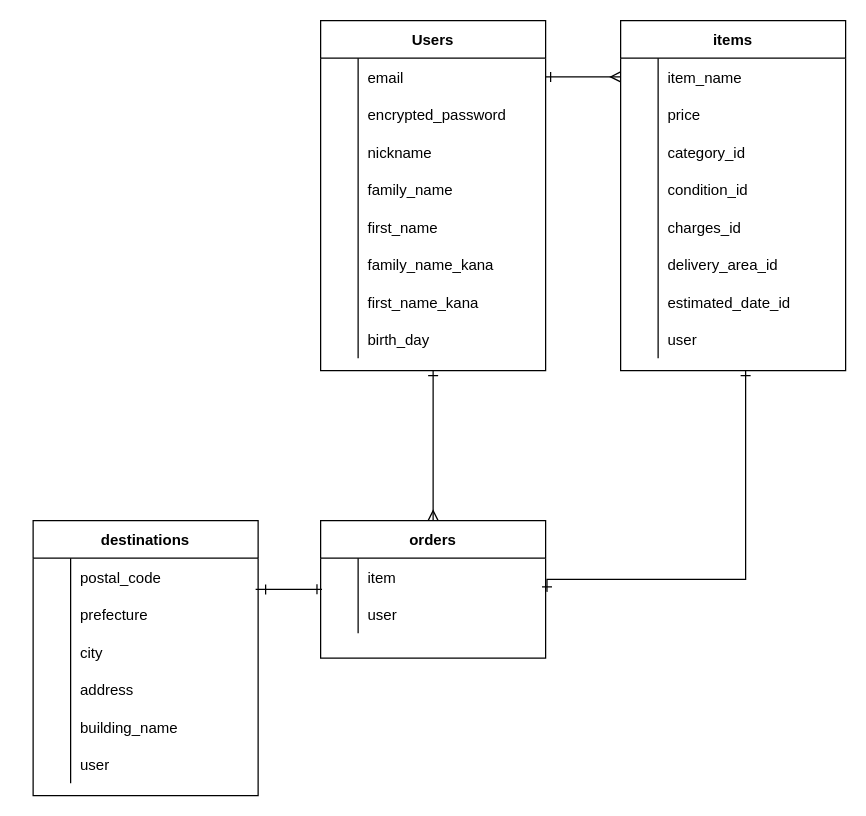
Hiromu-Sakamoto/furima-34500 keeps this draw.io diagram as ER.dio. Above is the earlier version. Source tidied: cells renumbered, new cells numbered last; positions are measured from the earlier drawing's top-left corner, leaving out a move shared by most shapes. Both pictures are drawn from the tidied source at 125%, with x=0, y=0 at pixel (32, 20).
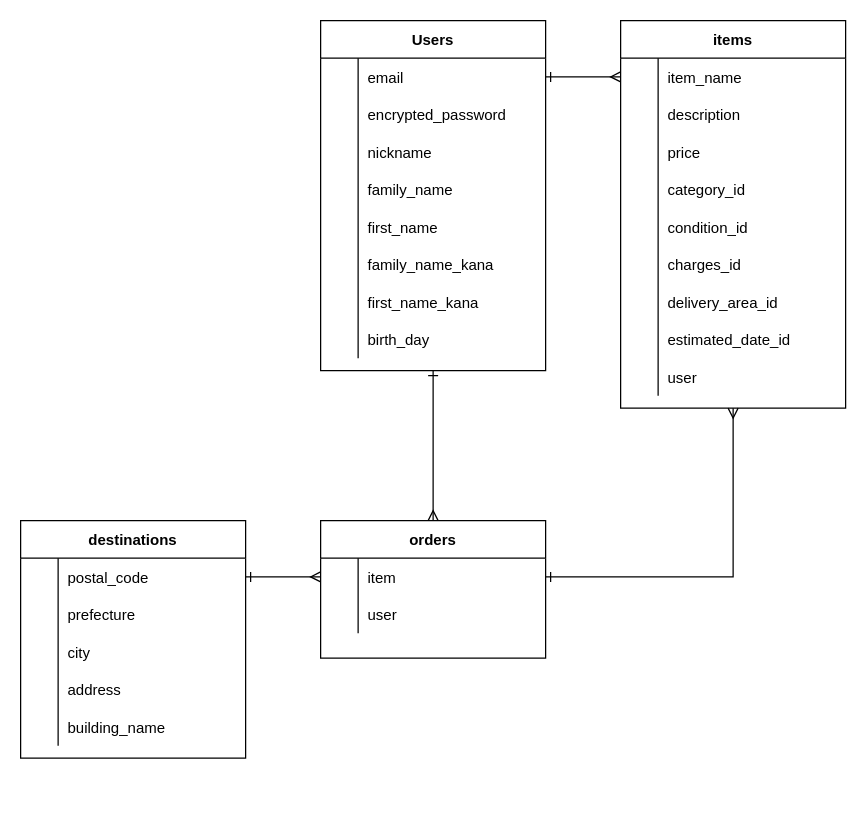
Above is the later version.

Commit message (it also covers changes not shown here):
データベース設計_修正3回目

The change refers to these unchanged cells:
```xml
<mxCell id="54" style="shape=partialRectangle;fillColor=none;top=0;left=0;bottom=0;right=0;points=[[0,0.5],[1,0.5]];portConstraint=eastwest;" parent="53" vertex="1">
  <mxGeometry y="30" width="180" height="30" as="geometry" />
</mxCell>
<mxCell id="61" style="shape=partialRectangle;fillColor=none;top=0;left=0;bottom=0;right=0;points=[[0,0.5],[1,0.5]];portConstraint=eastwest;" parent="60" vertex="1">
  <mxGeometry y="30" width="180" height="30" as="geometry" />
</mxCell>
```

What changed in the source:
```diff
@@
     <mxCell id="28" value="items" style="shape=table;startSize=30;childLayout=tableLayout;rowLines=0;fontStyle=1;align=center;" parent="1" vertex="1">
-      <mxGeometry x="470" width="180" height="280" as="geometry" />
+      <mxGeometry x="470" width="180" height="310" as="geometry" />
     </mxCell>
@@
+    <mxCell id="82" style="shape=partialRectangle;fillColor=none;top=0;left=0;bottom=0;right=0;" parent="28" vertex="1">
+      <mxGeometry y="60" width="180" height="30" as="geometry" />
+    </mxCell>
+    <mxCell id="77" style="shape=partialRectangle;fillColor=none;top=0;left=0;bottom=0;right=0;overflow=hidden;" parent="82" vertex="1">
+      <mxGeometry width="30" height="30" as="geometry" />
+    </mxCell>
+    <mxCell id="83" value="description" style="shape=partialRectangle;fillColor=none;top=0;left=0;bottom=0;right=0;align=left;spacingLeft=6;overflow=hidden;" parent="82" vertex="1">
+      <mxGeometry x="30" width="150" height="30" as="geometry" />
+    </mxCell>
     <mxCell id="32" style="shape=partialRectangle;fillColor=none;top=0;left=0;bottom=0;right=0;" parent="28" vertex="1">
-      <mxGeometry y="60" width="180" height="30" as="geometry" />
+      <mxGeometry y="90" width="180" height="30" as="geometry" />
     </mxCell>
@@
     <mxCell id="35" style="shape=partialRectangle;fillColor=none;top=0;left=0;bottom=0;right=0;" parent="28" vertex="1">
-      <mxGeometry y="90" width="180" height="30" as="geometry" />
+      <mxGeometry y="120" width="180" height="30" as="geometry" />
     </mxCell>
@@
     <mxCell id="38" style="shape=partialRectangle;fillColor=none;top=0;left=0;bottom=0;right=0;" parent="28" vertex="1">
-      <mxGeometry y="120" width="180" height="30" as="geometry" />
+      <mxGeometry y="150" width="180" height="30" as="geometry" />
     </mxCell>
@@
     <mxCell id="41" style="shape=partialRectangle;fillColor=none;top=0;left=0;bottom=0;right=0;" parent="28" vertex="1">
-      <mxGeometry y="150" width="180" height="30" as="geometry" />
+      <mxGeometry y="180" width="180" height="30" as="geometry" />
     </mxCell>
@@
     <mxCell id="44" style="shape=partialRectangle;fillColor=none;top=0;left=0;bottom=0;right=0;" parent="28" vertex="1">
-      <mxGeometry y="180" width="180" height="30" as="geometry" />
+      <mxGeometry y="210" width="180" height="30" as="geometry" />
     </mxCell>
@@
     <mxCell id="47" style="shape=partialRectangle;fillColor=none;top=0;left=0;bottom=0;right=0;" parent="28" vertex="1">
-      <mxGeometry y="210" width="180" height="30" as="geometry" />
+      <mxGeometry y="240" width="180" height="30" as="geometry" />
     </mxCell>
@@
     <mxCell id="50" style="shape=partialRectangle;fillColor=none;top=0;left=0;bottom=0;right=0;" parent="28" vertex="1">
-      <mxGeometry y="240" width="180" height="30" as="geometry" />
+      <mxGeometry y="270" width="180" height="30" as="geometry" />
     </mxCell>
@@
     <mxCell id="60" value="destinations" style="shape=table;startSize=30;childLayout=tableLayout;rowLines=0;fontStyle=1;align=center;" parent="1" vertex="1">
-      <mxGeometry y="400" width="180" height="220" as="geometry" />
+      <mxGeometry x="-10" y="400" width="180" height="190" as="geometry" />
     </mxCell>
@@
-    <mxCell id="76" style="shape=partialRectangle;fillColor=none;top=0;left=0;bottom=0;right=0;" parent="60" vertex="1">
-      <mxGeometry y="180" width="180" height="30" as="geometry" />
-    </mxCell>
-    <mxCell id="77" style="shape=partialRectangle;fillColor=none;top=0;left=0;bottom=0;right=0;overflow=hidden;" parent="76" vertex="1">
-      <mxGeometry width="30" height="30" as="geometry" />
-    </mxCell>
-    <mxCell id="78" value="user" style="shape=partialRectangle;fillColor=none;top=0;left=0;bottom=0;right=0;align=left;spacingLeft=6;overflow=hidden;" parent="76" vertex="1">
-      <mxGeometry x="30" width="150" height="30" as="geometry" />
-    </mxCell>
-    <mxCell id="79" style="edgeStyle=orthogonalEdgeStyle;rounded=0;jettySize=auto;html=1;exitX=1.006;exitY=0.9;exitDx=0;exitDy=0;startArrow=ERone;startFill=0;endArrow=ERone;endFill=0;exitPerimeter=0;" parent="1" edge="1" source="54">
-      <mxGeometry relative="1" as="geometry">
-        <mxPoint x="570" y="280" as="targetPoint" />
-        <Array as="points">
-          <mxPoint x="570" y="447" />
-        </Array>
-      </mxGeometry>
-    </mxCell>
@@
-    <mxCell id="81" style="edgeStyle=orthogonalEdgeStyle;rounded=0;jettySize=auto;html=1;entryX=0.006;entryY=0.833;entryDx=0;entryDy=0;entryPerimeter=0;startArrow=ERone;startFill=0;endArrow=ERone;endFill=0;" parent="1" edge="1" target="54">
-      <mxGeometry relative="1" as="geometry">
-        <mxPoint x="190" y="455" as="sourcePoint" />
-        <Array as="points">
-          <mxPoint x="178" y="455" />
-        </Array>
-      </mxGeometry>
-    </mxCell>
+    <mxCell id="84" style="edgeStyle=orthogonalEdgeStyle;rounded=0;jettySize=auto;html=1;entryX=0;entryY=0.5;entryDx=0;entryDy=0;startArrow=ERone;startFill=0;endArrow=ERmany;endFill=0;" parent="1" edge="1" source="61" target="54">
+      <mxGeometry relative="1" as="geometry" />
+    </mxCell>
+    <mxCell id="85" style="edgeStyle=orthogonalEdgeStyle;rounded=0;jettySize=auto;html=1;entryX=0.5;entryY=1;entryDx=0;entryDy=0;startArrow=ERone;startFill=0;endArrow=ERmany;endFill=0;" parent="1" edge="1" source="54" target="28">
+      <mxGeometry relative="1" as="geometry" />
+    </mxCell>
```
